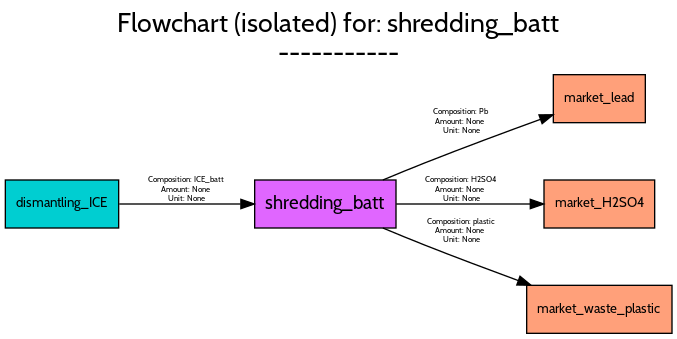
The Graphviz diagram src/examples/ELV/figures/flowcharts/processes/png/shredding_batt.png in FutuRaM-Project/Recovery-Model, before a commit. Its source is kept beside it as src/examples/ELV/figures/flowcharts/processes/dot/shredding_batt.dot.
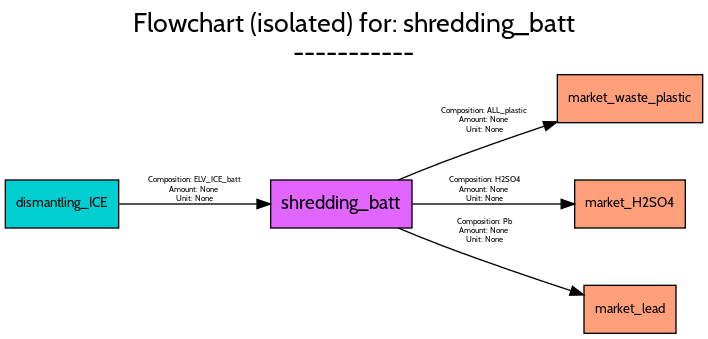
Later version of the same file.

What changed in the source:
```diff
@@ -1,5 +1,5 @@
 digraph {
-	graph [bb="0,0,500,246",
+	graph [bb="0,0,523,246",
 		font=Cabin,
 		fontname=Cabin,
 		fontsize=20,
@@ -8,7 +8,7 @@
 		labeljust=c,
 		labelloc=tc,
 		lheight=0.61,
-		lp="250,220",
+		lp="261.5,220",
 		lwidth=4.61,
 		nodesep=0.6,
 		rankdir=LR,
@@ -19,15 +19,47 @@
 		fontname=Cabin,
 		fontsize=14,
 		height=0.5,
-		pos="240,97",
+		pos="252,97",
 		shape=box,
 		style=filled,
 		width=1.4722];
+	market_waste_plastic	[fillcolor=lightsalmon1,
+		fontname=Cabin,
+		fontsize=10,
+		height=0.5,
+		pos="468.5,176",
+		shape=box,
+		style=filled,
+		width=1.5139];
+	shredding_batt -> market_waste_plastic	[color=black,
+		fontname=Cabin,
+		fontsize=6,
+		label="Composition: ALL_plastic
+Amount: None
+Unit: None",
+		lp="359.5,159.5",
+		pos="e,413.82,158.61 294.68,115.04 305.17,119.42 316.45,123.99 327,128 351.99,137.49 379.79,147.17 404.03,155.33"];
+	market_H2SO4	[fillcolor=lightsalmon1,
+		fontname=Cabin,
+		fontsize=10,
+		height=0.5,
+		pos="468.5,97",
+		shape=box,
+		style=filled,
+		width=1.1528];
+	shredding_batt -> market_H2SO4	[color=black,
+		fontname=Cabin,
+		fontsize=6,
+		label="Composition: H2SO4
+Amount: None
+Unit: None",
+		lp="359.5,107.5",
+		pos="e,426.89,97 305.2,97 339.14,97 383.17,97 416.8,97"];
 	market_lead	[fillcolor=lightsalmon1,
 		fontname=Cabin,
 		fontsize=10,
 		height=0.5,
-		pos="445.5,176",
+		pos="468.5,18",
 		shape=box,
 		style=filled,
 		width=0.95833];
@@ -37,40 +69,8 @@
 		label="Composition: Pb
 Amount: None
 Unit: None",
-		lp="342,158.5",
-		pos="e,410.81,163.95 283.14,115.01 293.52,119.35 304.63,123.91 315,128 343.55,139.27 375.93,151.27 401.17,160.45"];
-	market_H2SO4	[fillcolor=lightsalmon1,
-		fontname=Cabin,
-		fontsize=10,
-		height=0.5,
-		pos="445.5,97",
-		shape=box,
-		style=filled,
-		width=1.1528];
-	shredding_batt -> market_H2SO4	[color=black,
-		fontname=Cabin,
-		fontsize=6,
-		label="Composition: H2SO4
-Amount: None
-Unit: None",
-		lp="342,107.5",
-		pos="e,403.73,97 293.14,97 324.04,97 363.01,97 393.67,97"];
-	market_waste_plastic	[fillcolor=lightsalmon1,
-		fontname=Cabin,
-		fontsize=10,
-		height=0.5,
-		pos="445.5,18",
-		shape=box,
-		style=filled,
-		width=1.5139];
-	shredding_batt -> market_waste_plastic	[color=black,
-		fontname=Cabin,
-		fontsize=6,
-		label="Composition: plastic
-Amount: None
-Unit: None",
-		lp="342,76.5",
-		pos="e,394.19,36.092 283.14,78.99 293.52,74.651 304.63,70.09 315,66 337.63,57.069 362.67,47.675 384.65,39.59"];
+		lp="359.5,76.5",
+		pos="e,433.77,28.813 294.68,78.962 305.17,74.58 316.45,70.006 327,66 359.19,53.774 396.05,41.236 423.93,32.042"];
 	dismantling_ICE	[fillcolor=darkturquoise,
 		fontname=Cabin,
 		fontsize=10,
@@ -82,9 +82,9 @@
 	dismantling_ICE -> shredding_batt	[color=black,
 		fontname=Cabin,
 		fontsize=6,
-		label="Composition: ICE_batt
+		label="Composition: ELV_ICE_batt
 Amount: None
 Unit: None",
-		lp="136,107.5",
-		pos="e,186.67,97 85.44,97 111.94,97 146.66,97 176.38,97"];
+		lp="142,107.5",
+		pos="e,198.76,97 85.491,97 115.11,97 155.29,97 188.64,97"];
 }
```
